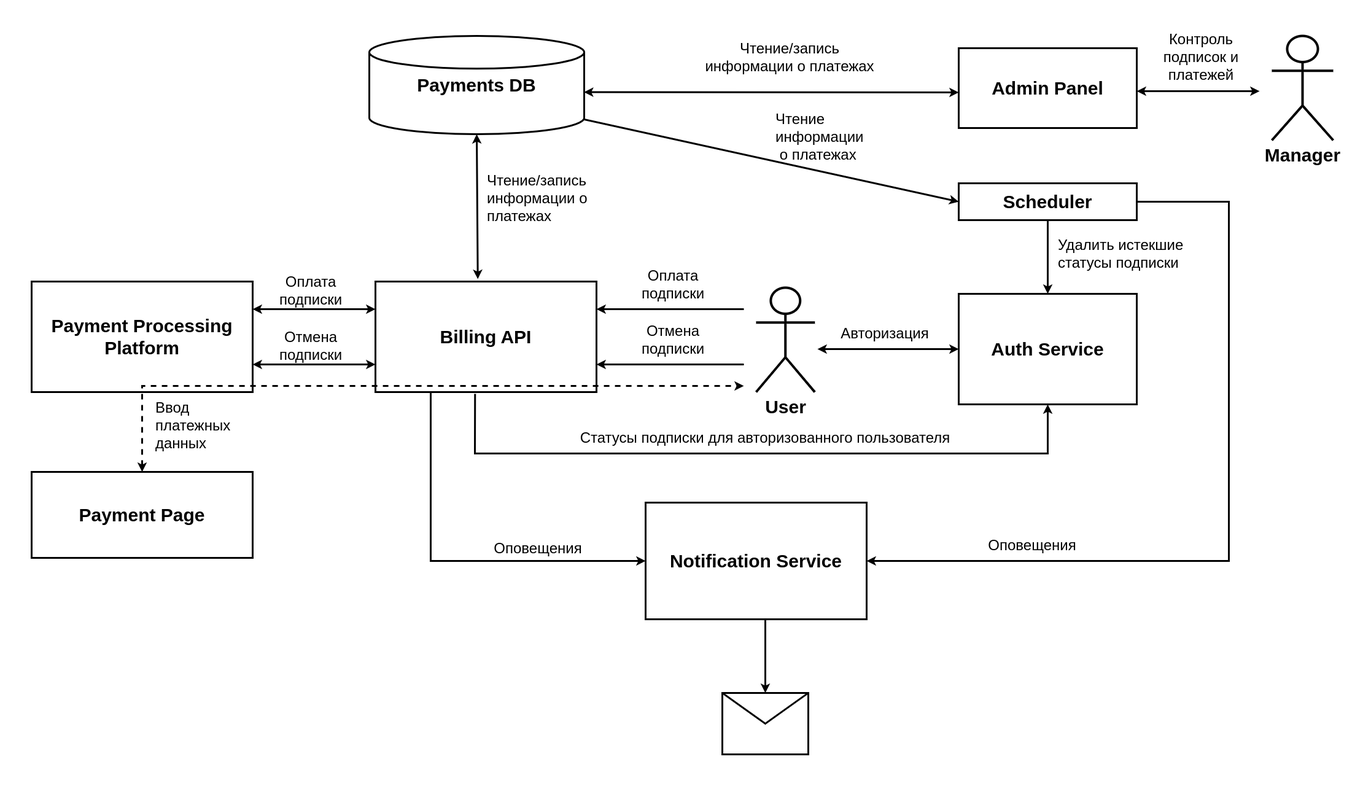
Before: documentation/Project_Context_Schema.png, a diagram exported from draw.io (aigt/graduate_work). Source tidied: cells renumbered, new cells last; positions are measured from the earlier drawing's top-left corner, leaving out a move shared by most shapes.
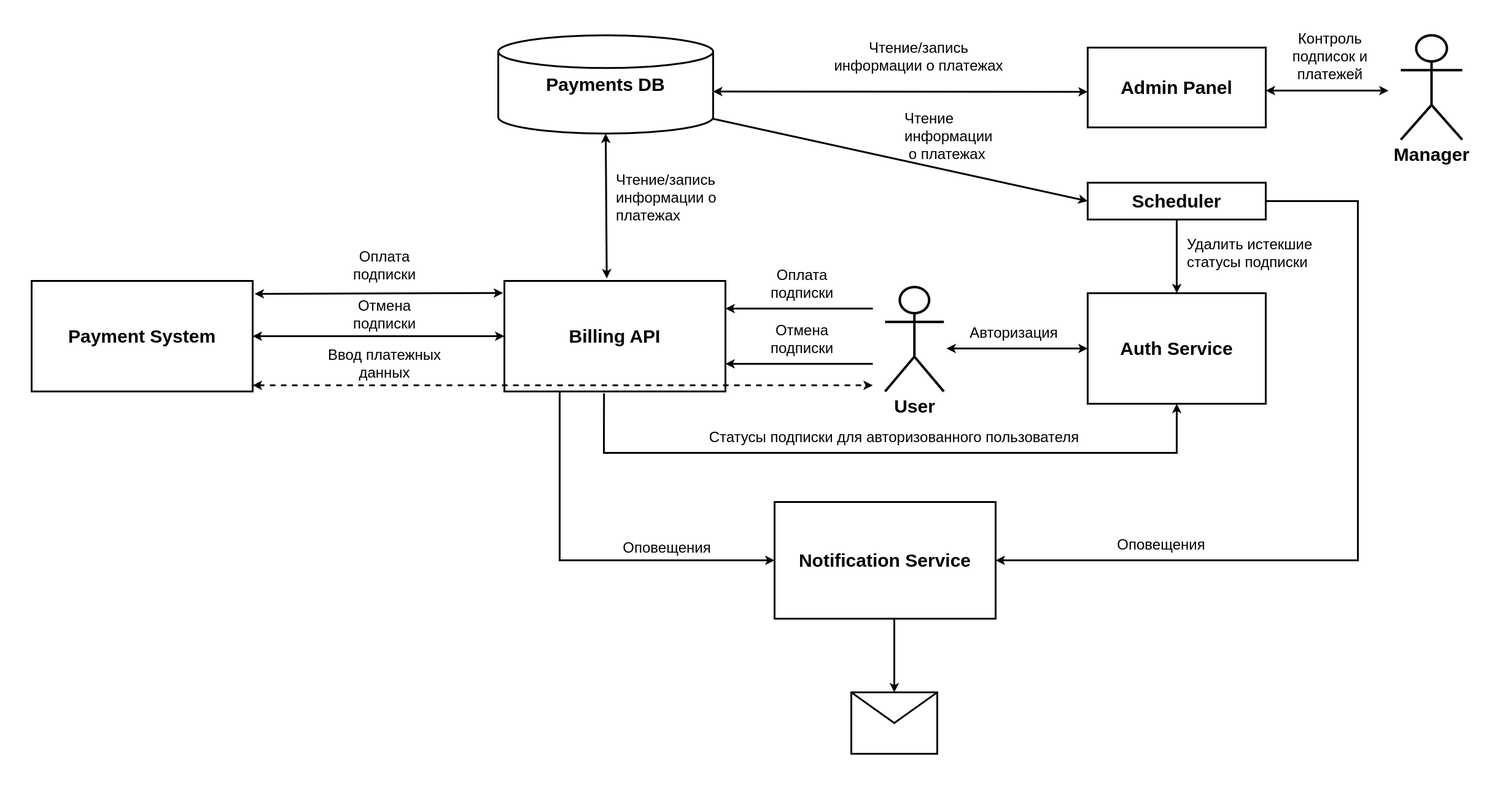
After the change.

Commit message:
Исправление схемы

Diff of the diagram source:
```diff
@@ -35,34 +35,29 @@
     <mxCell id="10" value="Оплата подписки" style="text;html=1;strokeColor=none;fillColor=none;align=center;verticalAlign=middle;whiteSpace=wrap;rounded=0;fontSize=24;" parent="1" vertex="1">
       <mxGeometry x="980" y="390" width="130" height="30" as="geometry" />
     </mxCell>
-    <mxCell id="11" value="Payment Processing Platform" style="rounded=0;whiteSpace=wrap;html=1;fontSize=30;strokeWidth=3;fontStyle=1;" parent="1" vertex="1">
-      <mxGeometry y="400" width="360" height="180" as="geometry" />
+    <mxCell id="11" value="Payment System" style="rounded=0;whiteSpace=wrap;html=1;fontSize=30;strokeWidth=3;fontStyle=1;" parent="1" vertex="1">
+      <mxGeometry x="-210" y="400" width="360" height="180" as="geometry" />
     </mxCell>
-    <mxCell id="12" value="Payment Page" style="rounded=0;whiteSpace=wrap;html=1;fontSize=30;strokeWidth=3;fontStyle=1;" parent="1" vertex="1">
-      <mxGeometry y="710" width="360" height="140" as="geometry" />
-    </mxCell>
-    <mxCell id="13" style="endArrow=classic;startArrow=classic;html=1;rounded=0;fontSize=24;exitX=0.5;exitY=0;exitDx=0;exitDy=0;dashed=1;strokeWidth=3;" parent="1" edge="1" source="12">
+    <mxCell id="13" style="endArrow=classic;startArrow=classic;html=1;rounded=0;fontSize=24;dashed=1;strokeWidth=3;" parent="1" edge="1">
       <mxGeometry relative="1" as="geometry">
+        <mxPoint x="150" y="570" as="sourcePoint" />
         <mxPoint x="1160" y="570" as="targetPoint" />
         <Array as="points">
           <mxPoint x="180" y="570" />
         </Array>
       </mxGeometry>
     </mxCell>
-    <mxCell id="14" value="Ввод&lt;br&gt;платежных&lt;br&gt;данных" style="text;html=1;strokeColor=none;fillColor=none;align=left;verticalAlign=middle;whiteSpace=wrap;rounded=0;fontSize=24;" parent="1" vertex="1">
-      <mxGeometry x="200" y="620" width="60" height="30" as="geometry" />
-    </mxCell>
-    <mxCell id="15" style="endArrow=classic;html=1;rounded=0;fontSize=24;entryX=1;entryY=0.25;entryDx=0;entryDy=0;exitX=0;exitY=0.25;exitDx=0;exitDy=0;strokeWidth=3;startArrow=classic;startFill=1;" parent="1" edge="1" source="2" target="11">
+    <mxCell id="15" style="endArrow=classic;html=1;rounded=0;fontSize=24;entryX=1.009;entryY=0.117;entryDx=0;entryDy=0;exitX=-0.006;exitY=0.109;exitDx=0;exitDy=0;strokeWidth=3;startArrow=classic;startFill=1;entryPerimeter=0;exitPerimeter=0;" parent="1" edge="1" source="2" target="11">
       <mxGeometry relative="1" as="geometry" />
     </mxCell>
     <mxCell id="16" value="Оплата подписки" style="text;html=1;strokeColor=none;fillColor=none;align=center;verticalAlign=middle;whiteSpace=wrap;rounded=0;fontSize=24;" parent="1" vertex="1">
-      <mxGeometry x="390" y="400" width="130" height="30" as="geometry" />
+      <mxGeometry x="300" y="360" width="130" height="30" as="geometry" />
     </mxCell>
-    <mxCell id="17" style="endArrow=classic;html=1;rounded=0;fontSize=24;entryX=1;entryY=0.75;entryDx=0;entryDy=0;exitX=0;exitY=0.75;exitDx=0;exitDy=0;strokeWidth=3;startArrow=classic;startFill=1;" parent="1" edge="1" source="2" target="11">
+    <mxCell id="17" style="endArrow=classic;html=1;rounded=0;fontSize=24;entryX=1;entryY=0.5;entryDx=0;entryDy=0;exitX=0;exitY=0.5;exitDx=0;exitDy=0;strokeWidth=3;startArrow=classic;startFill=1;" parent="1" edge="1" source="2" target="11">
       <mxGeometry relative="1" as="geometry" />
     </mxCell>
     <mxCell id="18" value="Отмена подписки" style="text;html=1;strokeColor=none;fillColor=none;align=center;verticalAlign=middle;whiteSpace=wrap;rounded=0;fontSize=24;" parent="1" vertex="1">
-      <mxGeometry x="380" y="490" width="150" height="30" as="geometry" />
+      <mxGeometry x="290" y="440" width="150" height="30" as="geometry" />
     </mxCell>
     <mxCell id="19" value="Scheduler" style="rounded=0;whiteSpace=wrap;html=1;fontSize=30;strokeWidth=3;fontStyle=1;" parent="1" vertex="1">
       <mxGeometry x="1510" y="240" width="290" height="60" as="geometry" />
@@ -157,5 +152,8 @@
         <mxPoint x="1195" y="950" as="sourcePoint" />
       </mxGeometry>
     </mxCell>
+    <mxCell id="14" value="Ввод платежных данных" style="text;html=1;strokeColor=none;fillColor=none;align=center;verticalAlign=middle;whiteSpace=wrap;rounded=0;fontSize=24;" parent="1" vertex="1">
+      <mxGeometry x="240" y="520" width="250" height="30" as="geometry" />
+    </mxCell>
   </root>
 </mxGraphModel>
```
